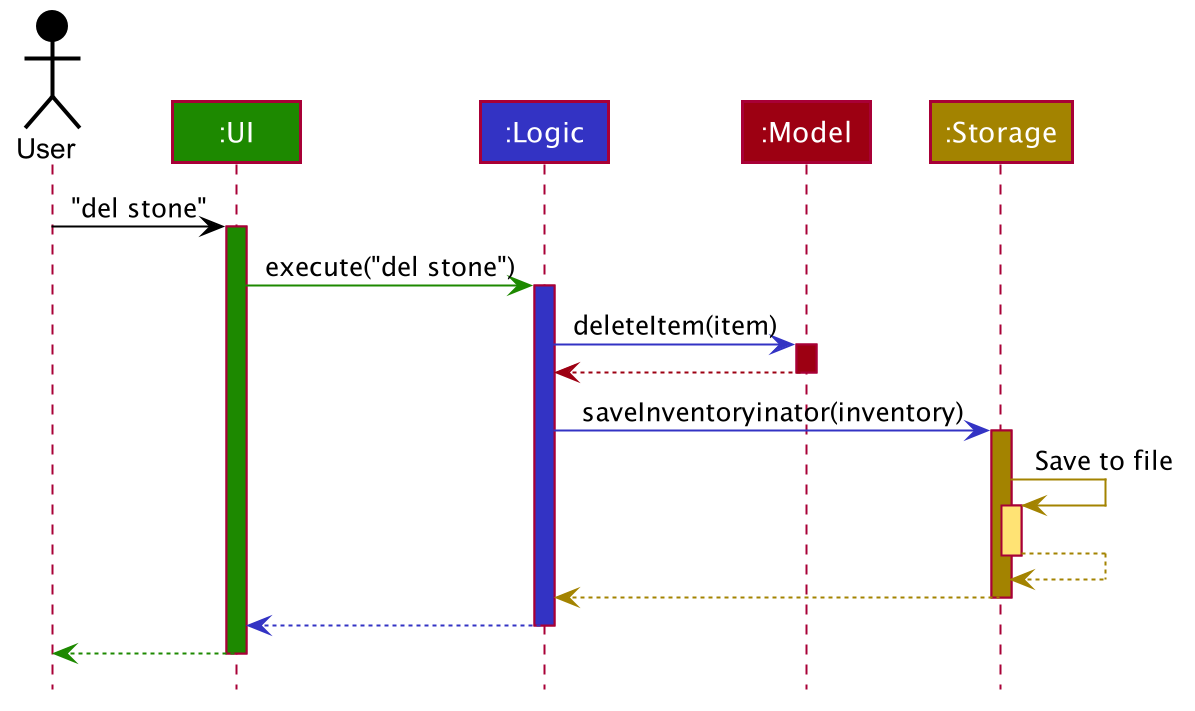
Above: docs/images/ArchitectureSequenceDiagram.png in nus-cs2103-AY2021S1/tp (PlantUML), before the change.
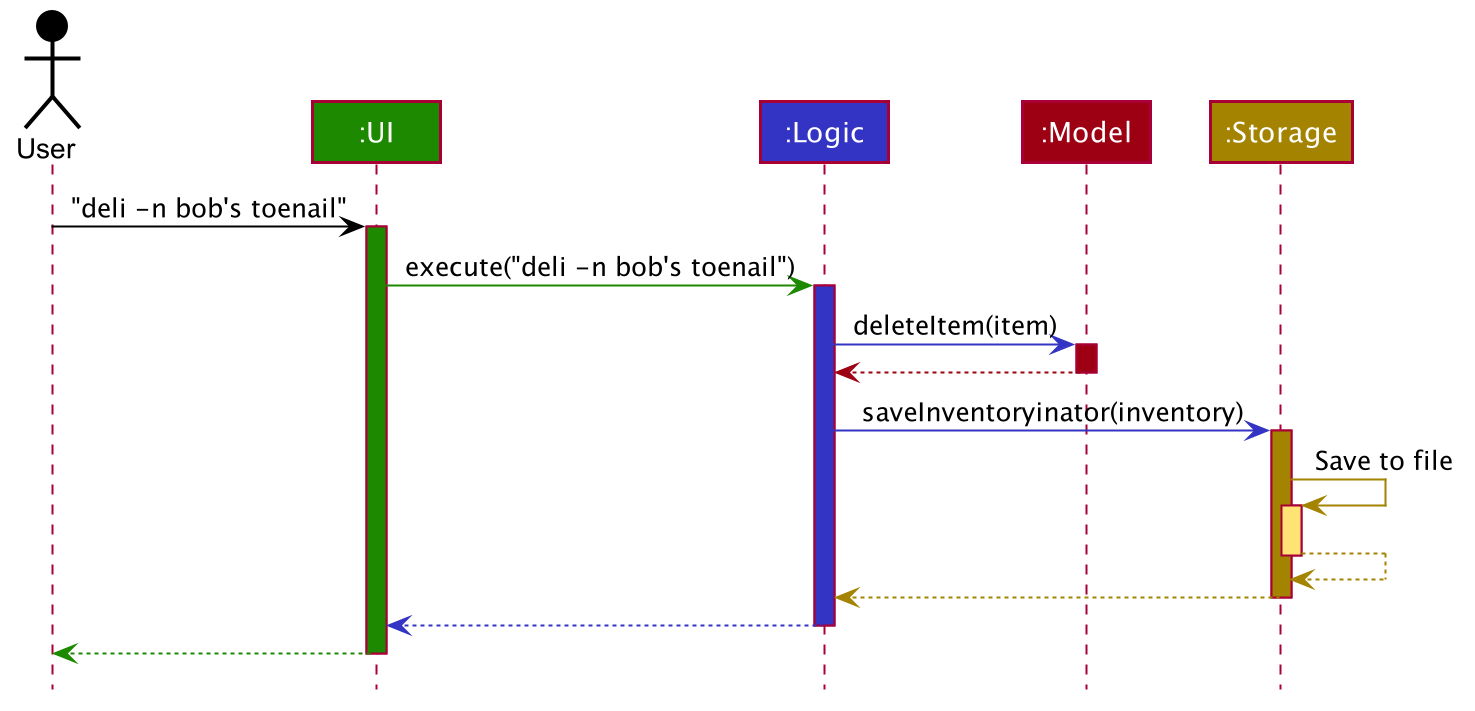
After the commit.

Change to the diagram source:
```diff
@@ -54,10 +54,10 @@
 Participant ":Model" as model #9D0012
 Participant ":Storage" as storage #A38300
 
-user -[#000000]> ui : "del stone"
+user -[#000000]> ui : "deli -n bob's toenail"
 activate ui #1D8900
 
-ui -[#1D8900]> logic : execute("del stone")
+ui -[#1D8900]> logic : execute("deli -n bob's toenail")
 activate logic #3333C4
 
 logic -[#3333C4]> model : deleteItem(item)
```
